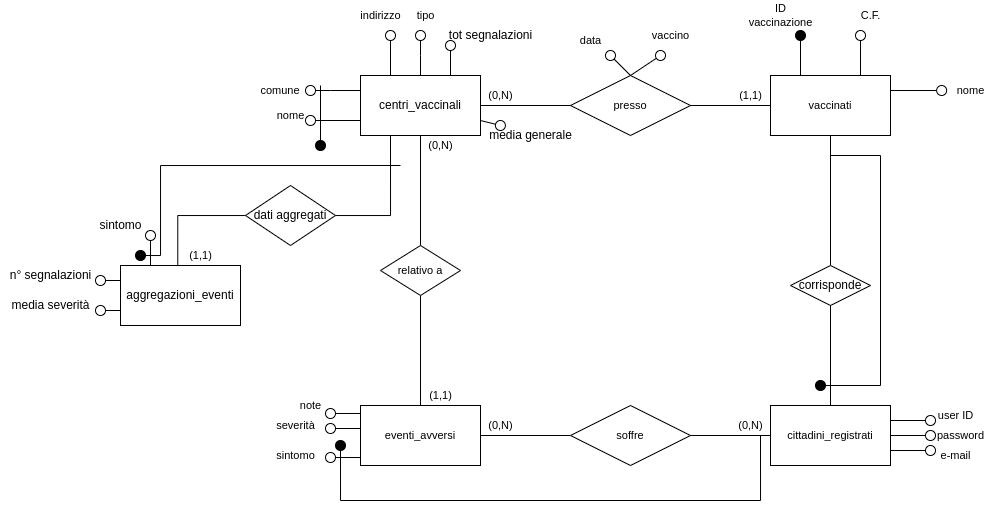
GMargherini/CentriVaccinali keeps this draw.io diagram as Progetti/Database/schema logico.png. Above is the earlier version. Source tidied: cells renumbered, new cells last; positions are measured from the earlier drawing's top-left corner, leaving out a move shared by most shapes.
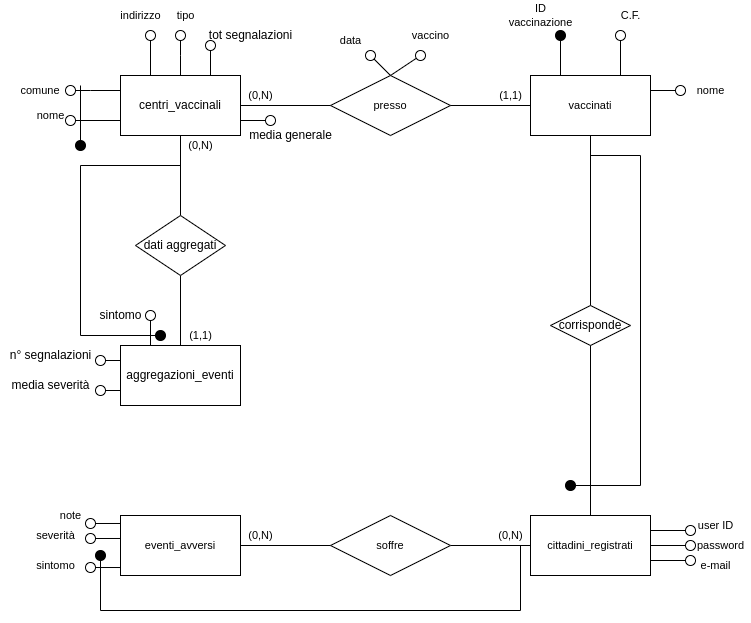
After the commit.

What changed in the source:
```diff
@@ -34,25 +34,16 @@
         </Array>
       </mxGeometry>
     </mxCell>
-    <mxCell id="7" style="edgeStyle=none;shape=connector;rounded=0;jettySize=auto;html=1;exitX=0.5;exitY=1;exitDx=0;exitDy=0;entryX=0.5;entryY=0;entryDx=0;entryDy=0;labelBackgroundColor=default;fontFamily=Helvetica;fontSize=11;fontColor=default;endArrow=none;endFill=0;endSize=10;strokeColor=default;" parent="1" edge="1" source="11" target="44">
-      <mxGeometry relative="1" as="geometry" />
-    </mxCell>
     <mxCell id="8" style="edgeStyle=none;rounded=0;jettySize=auto;html=1;exitX=0.75;exitY=0;exitDx=0;exitDy=0;endArrow=oval;endFill=0;endSize=10;" parent="1" edge="1" source="11">
       <mxGeometry relative="1" as="geometry">
         <mxPoint x="450" y="45" as="targetPoint" />
       </mxGeometry>
     </mxCell>
-    <mxCell id="9" style="edgeStyle=none;rounded=0;jettySize=auto;html=1;exitX=1;exitY=0.75;exitDx=0;exitDy=0;endArrow=oval;endFill=0;endSize=10;entryX=0.199;entryY=0;entryDx=0;entryDy=0;entryPerimeter=0;" parent="1" edge="1" source="11" target="58">
-      <mxGeometry relative="1" as="geometry" />
+    <mxCell id="9" style="edgeStyle=none;rounded=0;jettySize=auto;html=1;exitX=1;exitY=0.75;exitDx=0;exitDy=0;endArrow=oval;endFill=0;endSize=10;" parent="1" edge="1" source="11">
+      <mxGeometry relative="1" as="geometry">
+        <mxPoint x="510" y="120" as="targetPoint" />
+      </mxGeometry>
     </mxCell>
-    <mxCell id="10" style="edgeStyle=orthogonalEdgeStyle;rounded=0;jettySize=auto;html=1;exitX=0.25;exitY=1;exitDx=0;exitDy=0;entryX=-0.068;entryY=1.057;entryDx=0;entryDy=0;entryPerimeter=0;startArrow=none;startFill=0;endArrow=none;endFill=0;startSize=10;endSize=10;" parent="1" edge="1" source="11" target="64">
-      <mxGeometry relative="1" as="geometry">
-        <Array as="points">
-          <mxPoint x="390" y="215" />
-          <mxPoint x="177" y="215" />
-        </Array>
-      </mxGeometry>
-    </mxCell>
     <mxCell id="11" value="centri_vaccinali" style="rounded=0;whiteSpace=wrap;html=1;" parent="1" vertex="1">
       <mxGeometry x="360" y="75" width="120" height="60" as="geometry" />
     </mxCell>
@@ -97,7 +88,7 @@
     </mxCell>
     <mxCell id="22" style="edgeStyle=none;shape=connector;rounded=0;jettySize=auto;html=1;exitX=1;exitY=0.25;exitDx=0;exitDy=0;labelBackgroundColor=default;fontFamily=Helvetica;fontSize=11;fontColor=default;endArrow=oval;endFill=0;endSize=10;strokeColor=default;" parent="1" edge="1" source="24">
       <mxGeometry relative="1" as="geometry">
-        <mxPoint x="941.1" y="90" as="targetPoint" />
+        <mxPoint x="920" y="90" as="targetPoint" />
       </mxGeometry>
     </mxCell>
     <mxCell id="23" style="edgeStyle=none;shape=connector;rounded=0;jettySize=auto;html=1;exitX=0.5;exitY=0;exitDx=0;exitDy=0;labelBackgroundColor=default;fontFamily=Helvetica;fontSize=11;fontColor=default;endArrow=oval;endFill=0;endSize=10;strokeColor=default;" parent="1" edge="1" source="17">
@@ -115,7 +106,7 @@
       <mxGeometry x="850" y="5" width="40" height="20" as="geometry" />
     </mxCell>
     <mxCell id="27" value="nome&lt;br&gt;" style="text;html=1;align=center;verticalAlign=middle;strokeColor=none;fillColor=none;fontSize=11;fontFamily=Helvetica;fontColor=default;" parent="1" vertex="1">
-      <mxGeometry x="950" y="80" width="40" height="20" as="geometry" />
+      <mxGeometry x="930" y="80" width="40" height="20" as="geometry" />
     </mxCell>
     <mxCell id="28" value="data" style="text;html=1;align=center;verticalAlign=middle;strokeColor=none;fillColor=none;fontSize=11;fontFamily=Helvetica;fontColor=default;" parent="1" vertex="1">
       <mxGeometry x="570" y="30" width="40" height="20" as="geometry" />
@@ -130,89 +121,83 @@
     </mxCell>
     <mxCell id="31" style="edgeStyle=none;shape=connector;rounded=0;jettySize=auto;html=1;exitX=1;exitY=0.25;exitDx=0;exitDy=0;labelBackgroundColor=default;fontFamily=Helvetica;fontSize=11;fontColor=default;endArrow=oval;endFill=0;endSize=10;strokeColor=default;" parent="1" edge="1" source="35">
       <mxGeometry relative="1" as="geometry">
-        <mxPoint x="930" y="420" as="targetPoint" />
+        <mxPoint x="930" y="530" as="targetPoint" />
       </mxGeometry>
     </mxCell>
     <mxCell id="32" style="edgeStyle=none;shape=connector;rounded=0;jettySize=auto;html=1;exitX=1;exitY=0.5;exitDx=0;exitDy=0;labelBackgroundColor=default;fontFamily=Helvetica;fontSize=11;fontColor=default;endArrow=oval;endFill=0;endSize=10;strokeColor=default;" parent="1" edge="1" source="35">
       <mxGeometry relative="1" as="geometry">
-        <mxPoint x="930" y="435" as="targetPoint" />
+        <mxPoint x="930" y="545" as="targetPoint" />
       </mxGeometry>
     </mxCell>
     <mxCell id="33" style="edgeStyle=none;shape=connector;rounded=0;jettySize=auto;html=1;exitX=1;exitY=0.75;exitDx=0;exitDy=0;labelBackgroundColor=default;fontFamily=Helvetica;fontSize=11;fontColor=default;endArrow=oval;endFill=0;endSize=10;strokeColor=default;" parent="1" edge="1" source="35">
       <mxGeometry relative="1" as="geometry">
-        <mxPoint x="930" y="450" as="targetPoint" />
+        <mxPoint x="930" y="560" as="targetPoint" />
       </mxGeometry>
     </mxCell>
     <mxCell id="34" style="edgeStyle=orthogonalEdgeStyle;shape=connector;rounded=0;orthogonalLoop=1;jettySize=auto;html=1;labelBackgroundColor=default;fontFamily=Helvetica;fontSize=11;fontColor=default;endArrow=oval;endFill=1;endSize=10;strokeColor=default;" parent="1" edge="1">
       <mxGeometry relative="1" as="geometry">
-        <mxPoint x="760" y="435" as="sourcePoint" />
-        <mxPoint x="340" y="445" as="targetPoint" />
+        <mxPoint x="760" y="545" as="sourcePoint" />
+        <mxPoint x="340" y="555" as="targetPoint" />
         <Array as="points">
-          <mxPoint x="760" y="435" />
-          <mxPoint x="760" y="500" />
-          <mxPoint x="340" y="500" />
+          <mxPoint x="760" y="545" />
+          <mxPoint x="760" y="610" />
+          <mxPoint x="340" y="610" />
         </Array>
       </mxGeometry>
     </mxCell>
     <mxCell id="35" value="cittadini_registrati" style="rounded=0;whiteSpace=wrap;html=1;fontFamily=Helvetica;fontSize=11;fontColor=default;" parent="1" vertex="1">
-      <mxGeometry x="770" y="405" width="120" height="60" as="geometry" />
+      <mxGeometry x="770" y="515" width="120" height="60" as="geometry" />
     </mxCell>
     <mxCell id="36" style="edgeStyle=none;shape=connector;rounded=0;jettySize=auto;html=1;exitX=1;exitY=0.5;exitDx=0;exitDy=0;entryX=0;entryY=0.5;entryDx=0;entryDy=0;labelBackgroundColor=default;fontFamily=Helvetica;fontSize=11;fontColor=default;endArrow=none;endFill=0;endSize=10;strokeColor=default;" parent="1" edge="1" source="37" target="35">
       <mxGeometry relative="1" as="geometry" />
     </mxCell>
     <mxCell id="37" value="soffre" style="shape=rhombus;perimeter=rhombusPerimeter;whiteSpace=wrap;html=1;align=center;fontFamily=Helvetica;fontSize=11;fontColor=default;" parent="1" vertex="1">
-      <mxGeometry x="570" y="405" width="120" height="60" as="geometry" />
+      <mxGeometry x="570" y="515" width="120" height="60" as="geometry" />
     </mxCell>
     <mxCell id="38" style="edgeStyle=none;shape=connector;rounded=0;jettySize=auto;html=1;exitX=1;exitY=0.5;exitDx=0;exitDy=0;entryX=0;entryY=0.5;entryDx=0;entryDy=0;labelBackgroundColor=default;fontFamily=Helvetica;fontSize=11;fontColor=default;endArrow=none;endFill=0;endSize=10;strokeColor=default;" parent="1" edge="1" source="42" target="37">
       <mxGeometry relative="1" as="geometry" />
     </mxCell>
     <mxCell id="39" style="edgeStyle=none;shape=connector;rounded=0;jettySize=auto;html=1;exitX=0.008;exitY=0.133;exitDx=0;exitDy=0;labelBackgroundColor=default;fontFamily=Helvetica;fontSize=11;fontColor=default;endArrow=oval;endFill=0;endSize=10;strokeColor=default;exitPerimeter=0;" parent="1" edge="1" source="42">
       <mxGeometry relative="1" as="geometry">
-        <mxPoint x="330" y="413" as="targetPoint" />
+        <mxPoint x="330" y="523" as="targetPoint" />
       </mxGeometry>
     </mxCell>
     <mxCell id="40" style="edgeStyle=none;shape=connector;rounded=0;jettySize=auto;html=1;exitX=0.008;exitY=0.383;exitDx=0;exitDy=0;labelBackgroundColor=default;fontFamily=Helvetica;fontSize=11;fontColor=default;endArrow=oval;endFill=0;endSize=10;strokeColor=default;exitPerimeter=0;" parent="1" edge="1" source="42">
       <mxGeometry relative="1" as="geometry">
-        <mxPoint x="330" y="428" as="targetPoint" />
+        <mxPoint x="330" y="538" as="targetPoint" />
       </mxGeometry>
     </mxCell>
     <mxCell id="41" style="edgeStyle=none;shape=connector;rounded=0;jettySize=auto;html=1;exitX=0.017;exitY=0.867;exitDx=0;exitDy=0;labelBackgroundColor=default;fontFamily=Helvetica;fontSize=11;fontColor=default;endArrow=oval;endFill=0;endSize=10;strokeColor=default;exitPerimeter=0;" parent="1" edge="1" source="42">
       <mxGeometry relative="1" as="geometry">
-        <mxPoint x="330" y="457" as="targetPoint" />
+        <mxPoint x="330" y="567" as="targetPoint" />
       </mxGeometry>
     </mxCell>
     <mxCell id="42" value="eventi_avversi" style="rounded=0;whiteSpace=wrap;html=1;fontFamily=Helvetica;fontSize=11;fontColor=default;" parent="1" vertex="1">
-      <mxGeometry x="360" y="405" width="120" height="60" as="geometry" />
+      <mxGeometry x="360" y="515" width="120" height="60" as="geometry" />
     </mxCell>
-    <mxCell id="43" style="edgeStyle=none;shape=connector;rounded=0;jettySize=auto;html=1;exitX=0.5;exitY=1;exitDx=0;exitDy=0;labelBackgroundColor=default;fontFamily=Helvetica;fontSize=11;fontColor=default;endArrow=none;endFill=0;endSize=10;strokeColor=default;" parent="1" edge="1" source="44" target="42">
-      <mxGeometry relative="1" as="geometry" />
-    </mxCell>
-    <mxCell id="44" value="relativo a" style="shape=rhombus;perimeter=rhombusPerimeter;whiteSpace=wrap;html=1;align=center;fontFamily=Helvetica;fontSize=11;fontColor=default;" parent="1" vertex="1">
-      <mxGeometry x="380" y="245" width="80" height="50" as="geometry" />
-    </mxCell>
     <mxCell id="45" value="sintomo" style="text;html=1;align=center;verticalAlign=middle;strokeColor=none;fillColor=none;fontSize=11;fontFamily=Helvetica;fontColor=default;" parent="1" vertex="1">
-      <mxGeometry x="270" y="445" width="50" height="20" as="geometry" />
+      <mxGeometry x="270" y="555" width="50" height="20" as="geometry" />
     </mxCell>
     <mxCell id="46" value="note" style="text;html=1;align=center;verticalAlign=middle;strokeColor=none;fillColor=none;fontSize=11;fontFamily=Helvetica;fontColor=default;" parent="1" vertex="1">
-      <mxGeometry x="290" y="395" width="40" height="20" as="geometry" />
+      <mxGeometry x="290" y="505" width="40" height="20" as="geometry" />
     </mxCell>
     <mxCell id="47" value="severità" style="text;html=1;align=center;verticalAlign=middle;strokeColor=none;fillColor=none;fontSize=11;fontFamily=Helvetica;fontColor=default;" parent="1" vertex="1">
-      <mxGeometry x="270" y="415" width="50" height="20" as="geometry" />
+      <mxGeometry x="270" y="525" width="50" height="20" as="geometry" />
     </mxCell>
     <mxCell id="48" value="user ID" style="text;html=1;align=center;verticalAlign=middle;strokeColor=none;fillColor=none;fontSize=11;fontFamily=Helvetica;fontColor=default;" parent="1" vertex="1">
-      <mxGeometry x="930" y="405" width="50" height="20" as="geometry" />
+      <mxGeometry x="930" y="515" width="50" height="20" as="geometry" />
     </mxCell>
     <mxCell id="49" value="password" style="text;html=1;align=center;verticalAlign=middle;strokeColor=none;fillColor=none;fontSize=11;fontFamily=Helvetica;fontColor=default;" parent="1" vertex="1">
-      <mxGeometry x="930" y="425" width="60" height="20" as="geometry" />
+      <mxGeometry x="930" y="535" width="60" height="20" as="geometry" />
     </mxCell>
     <mxCell id="50" value="e-mail" style="text;html=1;align=center;verticalAlign=middle;strokeColor=none;fillColor=none;fontSize=11;fontFamily=Helvetica;fontColor=default;" parent="1" vertex="1">
-      <mxGeometry x="930" y="445" width="50" height="20" as="geometry" />
+      <mxGeometry x="930" y="555" width="50" height="20" as="geometry" />
     </mxCell>
     <mxCell id="51" value="(0,N)" style="text;html=1;align=center;verticalAlign=middle;strokeColor=none;fillColor=none;fontSize=11;fontFamily=Helvetica;fontColor=default;" parent="1" vertex="1">
-      <mxGeometry x="730" y="415" width="40" height="20" as="geometry" />
+      <mxGeometry x="730" y="525" width="40" height="20" as="geometry" />
     </mxCell>
     <mxCell id="52" value="(0,N)" style="text;html=1;align=center;verticalAlign=middle;strokeColor=none;fillColor=none;fontSize=11;fontFamily=Helvetica;fontColor=default;" parent="1" vertex="1">
-      <mxGeometry x="480" y="415" width="40" height="20" as="geometry" />
+      <mxGeometry x="480" y="525" width="40" height="20" as="geometry" />
     </mxCell>
     <mxCell id="53" value="(0,N)" style="text;html=1;align=center;verticalAlign=middle;strokeColor=none;fillColor=none;fontSize=11;fontFamily=Helvetica;fontColor=default;" parent="1" vertex="1">
       <mxGeometry x="480" y="85" width="40" height="20" as="geometry" />
@@ -223,9 +208,6 @@
     <mxCell id="55" value="(0,N)" style="text;html=1;align=center;verticalAlign=middle;strokeColor=none;fillColor=none;fontSize=11;fontFamily=Helvetica;fontColor=default;" parent="1" vertex="1">
       <mxGeometry x="420" y="135" width="40" height="20" as="geometry" />
     </mxCell>
-    <mxCell id="56" value="(1,1)" style="text;html=1;align=center;verticalAlign=middle;strokeColor=none;fillColor=none;fontSize=11;fontFamily=Helvetica;fontColor=default;" parent="1" vertex="1">
-      <mxGeometry x="420" y="385" width="40" height="20" as="geometry" />
-    </mxCell>
     <mxCell id="57" value="tot segnalazioni" style="text;html=1;align=center;verticalAlign=middle;strokeColor=none;fillColor=none;" parent="1" vertex="1">
       <mxGeometry x="440" y="25" width="100" height="20" as="geometry" />
     </mxCell>
@@ -237,10 +219,10 @@
     </mxCell>
     <mxCell id="60" style="endArrow=none;html=1;rounded=0;endFill=0;startArrow=oval;startFill=1;endSize=10;startSize=10;" parent="1" edge="1">
       <mxGeometry relative="1" as="geometry">
-        <mxPoint x="820" y="385" as="sourcePoint" />
+        <mxPoint x="810" y="485" as="sourcePoint" />
         <mxPoint x="880" y="155" as="targetPoint" />
         <Array as="points">
-          <mxPoint x="880" y="385" />
+          <mxPoint x="880" y="485" />
         </Array>
       </mxGeometry>
     </mxCell>
@@ -252,51 +234,58 @@
     </mxCell>
     <mxCell id="62" style="rounded=0;jettySize=auto;html=1;exitX=0;exitY=0.25;exitDx=0;exitDy=0;endArrow=oval;endFill=0;endSize=10;" parent="1" edge="1" source="68">
       <mxGeometry relative="1" as="geometry">
-        <mxPoint x="100" y="280" as="targetPoint" />
+        <mxPoint x="340" y="360" as="targetPoint" />
       </mxGeometry>
     </mxCell>
     <mxCell id="63" style="edgeStyle=none;rounded=0;jettySize=auto;html=1;exitX=0;exitY=0.75;exitDx=0;exitDy=0;endArrow=oval;endFill=0;endSize=10;" parent="1" edge="1" source="68">
       <mxGeometry relative="1" as="geometry">
-        <mxPoint x="100" y="310" as="targetPoint" />
+        <mxPoint x="340" y="390" as="targetPoint" />
       </mxGeometry>
     </mxCell>
     <mxCell id="64" value="(1,1)" style="text;html=1;align=center;verticalAlign=middle;points=[];strokeColor=none;fillColor=none;fontSize=11;fontFamily=Helvetica;fontColor=default;" parent="1" vertex="1">
-      <mxGeometry x="180" y="245" width="40" height="20" as="geometry" />
+      <mxGeometry x="420" y="325" width="40" height="20" as="geometry" />
     </mxCell>
     <mxCell id="65" value="n° segnalazioni" style="text;html=1;align=center;verticalAlign=middle;strokeColor=none;fillColor=none;" parent="1" vertex="1">
-      <mxGeometry y="265" width="100" height="20" as="geometry" />
+      <mxGeometry x="240" y="345" width="100" height="20" as="geometry" />
     </mxCell>
     <mxCell id="66" value="media severità" style="text;html=1;align=center;verticalAlign=middle;strokeColor=none;fillColor=none;" parent="1" vertex="1">
-      <mxGeometry x="5" y="295" width="90" height="20" as="geometry" />
+      <mxGeometry x="245" y="375" width="90" height="20" as="geometry" />
     </mxCell>
     <mxCell id="67" style="edgeStyle=none;rounded=0;jettySize=auto;html=1;exitX=0.25;exitY=0;exitDx=0;exitDy=0;endArrow=oval;endFill=0;endSize=10;" parent="1" edge="1" source="68">
       <mxGeometry relative="1" as="geometry">
-        <mxPoint x="150" y="235" as="targetPoint" />
+        <mxPoint x="390" y="315" as="targetPoint" />
       </mxGeometry>
     </mxCell>
     <mxCell id="68" value="aggregazioni_eventi" style="rounded=0;whiteSpace=wrap;html=1;" parent="1" vertex="1">
-      <mxGeometry x="120" y="265" width="120" height="60" as="geometry" />
+      <mxGeometry x="360" y="345" width="120" height="60" as="geometry" />
     </mxCell>
     <mxCell id="69" value="sintomo" style="text;html=1;align=center;verticalAlign=middle;strokeColor=none;fillColor=none;" parent="1" vertex="1">
-      <mxGeometry x="90" y="215" width="60" height="20" as="geometry" />
+      <mxGeometry x="330" y="305" width="60" height="20" as="geometry" />
     </mxCell>
     <mxCell id="70" style="endArrow=none;html=1;rounded=0;endSize=10;edgeStyle=orthogonalEdgeStyle;endFill=0;startArrow=oval;startFill=1;startSize=10;" parent="1" edge="1">
       <mxGeometry relative="1" as="geometry">
-        <mxPoint x="140" y="255" as="sourcePoint" />
-        <mxPoint x="400" y="165" as="targetPoint" />
+        <mxPoint x="400" y="335" as="sourcePoint" />
+        <mxPoint x="420" y="165" as="targetPoint" />
         <Array as="points">
-          <mxPoint x="160" y="165" />
+          <mxPoint x="320" y="335" />
+          <mxPoint x="320" y="165" />
         </Array>
       </mxGeometry>
     </mxCell>
     <mxCell id="71" value="corrisponde" style="rhombus;whiteSpace=wrap;html=1;" parent="1" vertex="1">
-      <mxGeometry x="790" y="265" width="80" height="40" as="geometry" />
+      <mxGeometry x="790" y="305" width="80" height="40" as="geometry" />
     </mxCell>
     <mxCell id="72" style="edgeStyle=none;shape=connector;rounded=0;jettySize=auto;html=1;exitX=0.5;exitY=0;exitDx=0;exitDy=0;labelBackgroundColor=default;fontFamily=Helvetica;fontSize=11;fontColor=default;endArrow=none;endFill=0;endSize=10;strokeColor=default;" parent="1" edge="1" source="35" target="71">
       <mxGeometry relative="1" as="geometry" />
     </mxCell>
+    <mxCell id="74" style="edgeStyle=orthogonalEdgeStyle;rounded=0;jettySize=auto;html=1;exitX=0.5;exitY=0;exitDx=0;exitDy=0;entryX=0.5;entryY=1;entryDx=0;entryDy=0;endArrow=none;endFill=0;" parent="1" edge="1" source="73" target="11">
+      <mxGeometry relative="1" as="geometry" />
+    </mxCell>
+    <mxCell id="75" style="edgeStyle=orthogonalEdgeStyle;rounded=0;jettySize=auto;html=1;exitX=0.5;exitY=1;exitDx=0;exitDy=0;entryX=0.5;entryY=0;entryDx=0;entryDy=0;endArrow=none;endFill=0;" parent="1" edge="1" source="73" target="68">
+      <mxGeometry relative="1" as="geometry" />
+    </mxCell>
     <mxCell id="73" value="dati aggregati" style="rhombus;whiteSpace=wrap;html=1;" parent="1" vertex="1">
-      <mxGeometry x="245" y="185" width="90" height="60" as="geometry" />
+      <mxGeometry x="375" y="215" width="90" height="60" as="geometry" />
     </mxCell>
   </root>
 </mxGraphModel>
```
